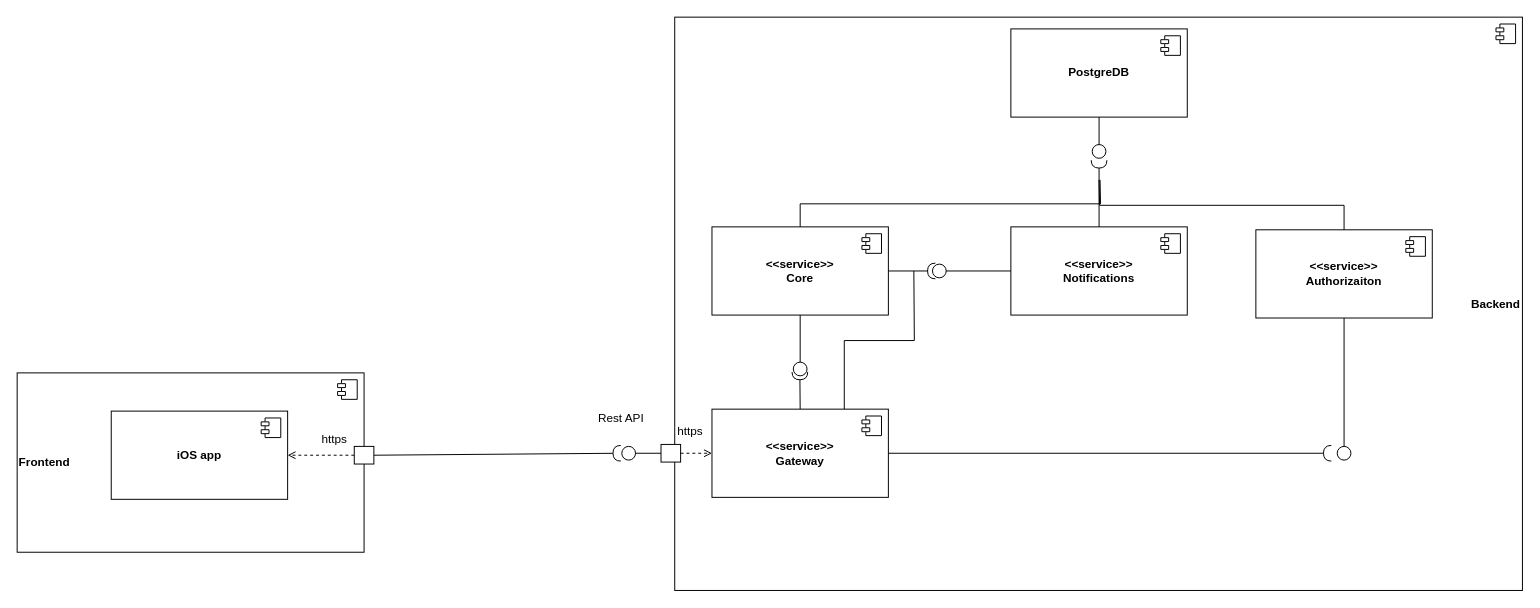
IgorPustylnik/TP-9.1 keeps this draw.io diagram as documentation/diagrams/Component.drawio. Above is the earlier version. Source tidied: cells renumbered, new cells numbered last; positions are measured from the earlier drawing's top-left corner, leaving out a move shared by most shapes. Both pictures are drawn from the tidied source at 98%, with x=0, y=0 at pixel (17, 17).
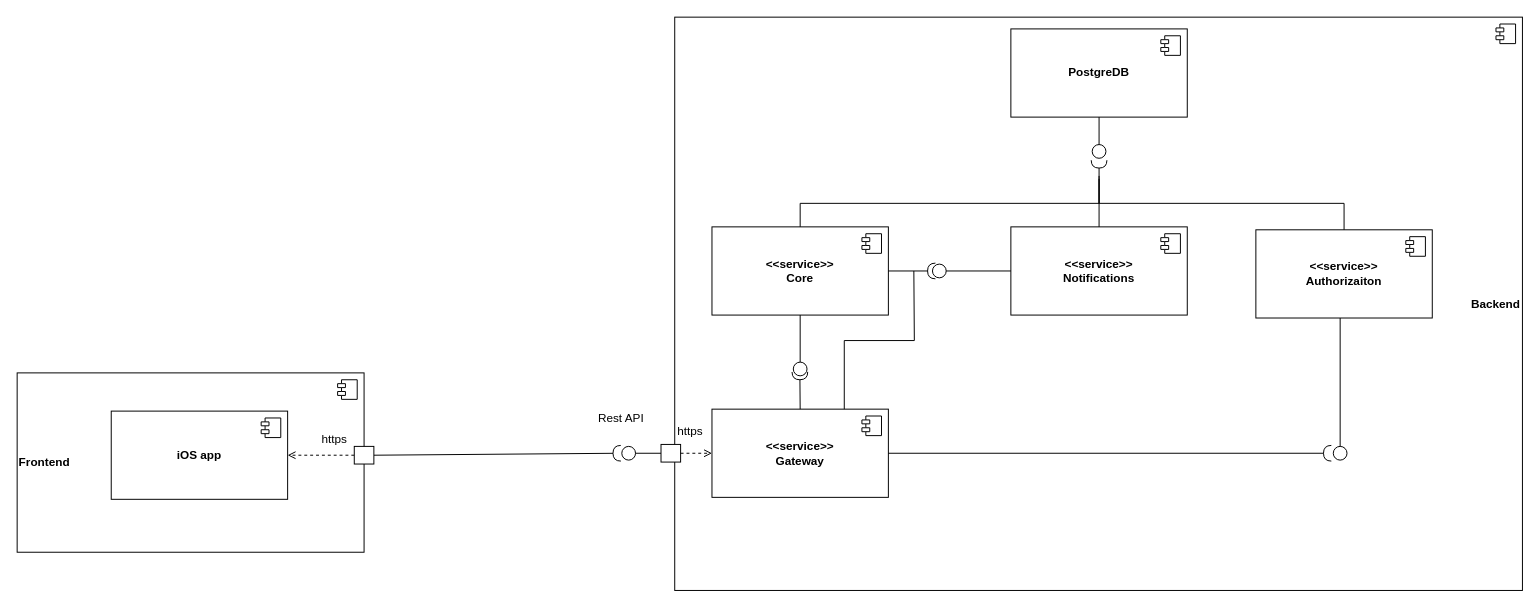
The same diagram, later.

Unchanged cells that the change refers to:
```xml
<mxCell id="15" value="&lt;div&gt;&lt;b&gt;&amp;lt;&amp;lt;service&amp;gt;&amp;gt;&lt;/b&gt;&lt;/div&gt;&lt;b&gt;Core&lt;/b&gt;" style="html=1;whiteSpace=wrap;" parent="1" vertex="1">
  <mxGeometry x="709" y="214" width="180" height="90" as="geometry" />
</mxCell>
<mxCell id="23" value="&lt;b&gt;&amp;lt;&amp;lt;service&amp;gt;&amp;gt;&lt;/b&gt;&lt;br&gt;&lt;div&gt;&lt;b&gt;Authorizaiton&lt;/b&gt;&lt;/div&gt;" style="html=1;whiteSpace=wrap;" parent="1" vertex="1">
  <mxGeometry x="1264" y="217" width="180" height="90" as="geometry" />
</mxCell>
```

The edit, as a diff of the source:
```diff
@@
-    <mxCell id="32" style="endArrow=none;html=1;rounded=0;exitX=0.5;exitY=0;exitDx=0;exitDy=0;edgeStyle=orthogonalEdgeStyle;" parent="1" edge="1" source="15">
+    <mxCell id="32" style="endArrow=none;html=1;rounded=0;exitX=0.5;exitY=0;exitDx=0;exitDy=0;edgeStyle=elbowEdgeStyle;elbow=vertical;" parent="1" edge="1" source="15">
       <mxGeometry relative="1" as="geometry">
-        <mxPoint x="1105" y="166" as="targetPoint" />
+        <mxPoint x="1104" y="165" as="targetPoint" />
       </mxGeometry>
     </mxCell>
-    <mxCell id="33" style="endArrow=none;html=1;rounded=0;exitX=0.5;exitY=0;exitDx=0;exitDy=0;edgeStyle=orthogonalEdgeStyle;" parent="1" edge="1" source="23">
+    <mxCell id="33" style="endArrow=none;html=1;rounded=0;exitX=0.5;exitY=0;exitDx=0;exitDy=0;edgeStyle=elbowEdgeStyle;elbow=vertical;" parent="1" edge="1" source="23">
       <mxGeometry relative="1" as="geometry">
-        <mxPoint x="1104" y="166" as="targetPoint" />
+        <mxPoint x="1104" y="162" as="targetPoint" />
       </mxGeometry>
     </mxCell>
@@
-    <mxCell id="36" style="endArrow=circle;html=1;rounded=0;exitX=0.5;exitY=1;exitDx=0;exitDy=0;endFill=0;" parent="1" edge="1" source="23">
+    <mxCell id="36" style="endArrow=circle;html=1;rounded=0;exitX=0.5;exitY=1;exitDx=0;exitDy=0;endFill=0;" parent="1" edge="1">
       <mxGeometry relative="1" as="geometry">
-        <mxPoint x="1354" y="453" as="targetPoint" />
+        <mxPoint x="1350" y="307" as="sourcePoint" />
+        <mxPoint x="1350" y="453" as="targetPoint" />
       </mxGeometry>
     </mxCell>
```
